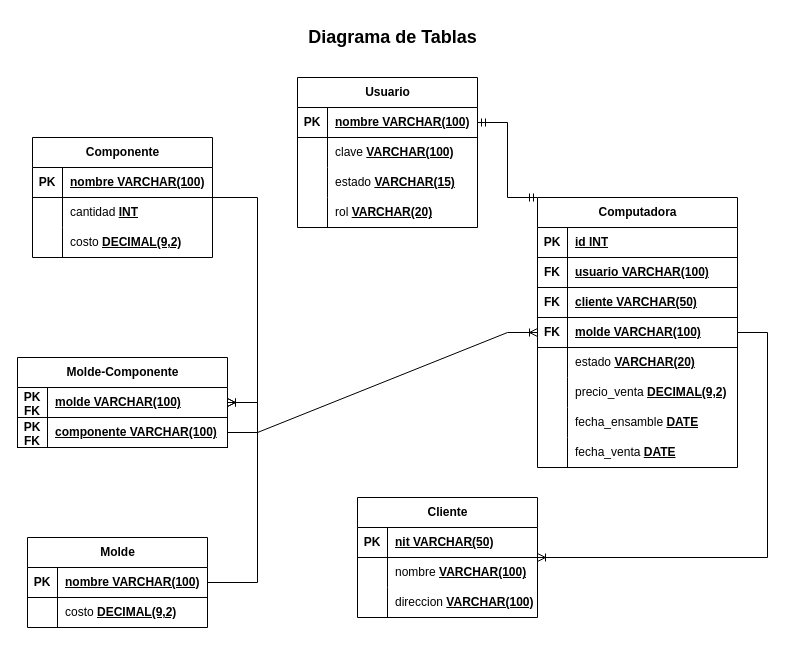
Above: Documentación/diagrama de tablas.drawio in MynorDaniel/TechSolutionsHub (draw.io), before the change. Source tidied: cells renumbered, new cells numbered last; positions are measured from the earlier drawing's top-left corner, leaving out a move shared by most shapes. Both pictures are drawn from the tidied source at 100%, with x=0, y=0 at pixel (17, 17).
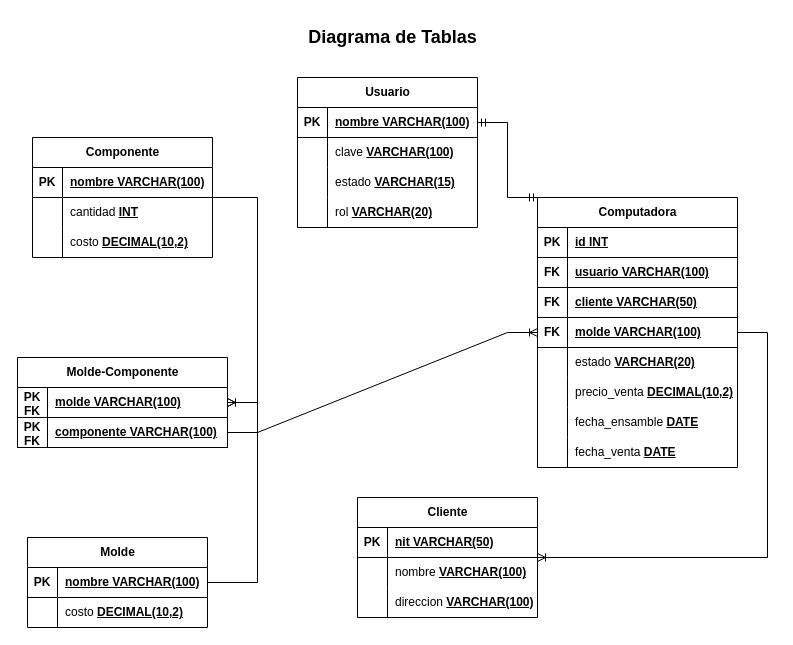
After the change.

Unchanged cells that the change refers to:
```xml
<mxCell id="23" style="shape=tableRow;horizontal=0;startSize=0;swimlaneHead=0;swimlaneBody=0;fillColor=none;top=0;left=0;right=0;bottom=0;" parent="16" vertex="1">
  <mxGeometry y="90" width="180" height="30" as="geometry" />
</mxCell>
<mxCell id="37" style="shape=tableRow;horizontal=0;startSize=0;swimlaneHead=0;swimlaneBody=0;fillColor=none;top=0;left=0;right=0;bottom=0;" parent="33" vertex="1">
  <mxGeometry y="60" width="180" height="30" as="geometry" />
</mxCell>
<mxCell id="66" style="shape=tableRow;horizontal=0;startSize=0;swimlaneHead=0;swimlaneBody=0;fillColor=none;top=0;left=0;right=0;bottom=0;" parent="50" vertex="1">
  <mxGeometry y="180" width="200" height="30" as="geometry" />
</mxCell>
```

What changed in the source:
```diff
@@
-    <mxCell id="25" value="costo&amp;nbsp;&lt;b&gt;&lt;u&gt;DECIMAL(9,2)&lt;/u&gt;&lt;/b&gt;" style="shape=partialRectangle;fillColor=none;top=0;left=0;bottom=0;right=0;align=left;spacingLeft=6;overflow=hidden;whiteSpace=wrap;html=1;" parent="23" vertex="1">
+    <mxCell id="25" value="costo&amp;nbsp;&lt;b&gt;&lt;u&gt;DECIMAL(10,2)&lt;/u&gt;&lt;/b&gt;" style="shape=partialRectangle;fillColor=none;top=0;left=0;bottom=0;right=0;align=left;spacingLeft=6;overflow=hidden;whiteSpace=wrap;html=1;" parent="23" vertex="1">
       <mxGeometry x="30" width="150" height="30" as="geometry" />
     </mxCell>
@@
-    <mxCell id="39" value="costo&amp;nbsp;&lt;b&gt;&lt;u&gt;DECIMAL(9,2)&lt;/u&gt;&lt;/b&gt;" style="shape=partialRectangle;fillColor=none;top=0;left=0;bottom=0;right=0;align=left;spacingLeft=6;overflow=hidden;whiteSpace=wrap;html=1;" parent="37" vertex="1">
+    <mxCell id="39" value="costo&amp;nbsp;&lt;b&gt;&lt;u&gt;DECIMAL(10,2)&lt;/u&gt;&lt;/b&gt;" style="shape=partialRectangle;fillColor=none;top=0;left=0;bottom=0;right=0;align=left;spacingLeft=6;overflow=hidden;whiteSpace=wrap;html=1;" parent="37" vertex="1">
       <mxGeometry x="30" width="150" height="30" as="geometry" />
     </mxCell>
@@
-    <mxCell id="68" value="precio_venta &lt;b&gt;&lt;u&gt;DECIMAL(9,2)&lt;/u&gt;&lt;/b&gt;" style="shape=partialRectangle;fillColor=none;top=0;left=0;bottom=0;right=0;align=left;spacingLeft=6;overflow=hidden;whiteSpace=wrap;html=1;" parent="66" vertex="1">
+    <mxCell id="68" value="precio_venta &lt;b&gt;&lt;u&gt;DECIMAL(10,2)&lt;/u&gt;&lt;/b&gt;" style="shape=partialRectangle;fillColor=none;top=0;left=0;bottom=0;right=0;align=left;spacingLeft=6;overflow=hidden;whiteSpace=wrap;html=1;" parent="66" vertex="1">
       <mxGeometry x="30" width="170" height="30" as="geometry" />
     </mxCell>
```
